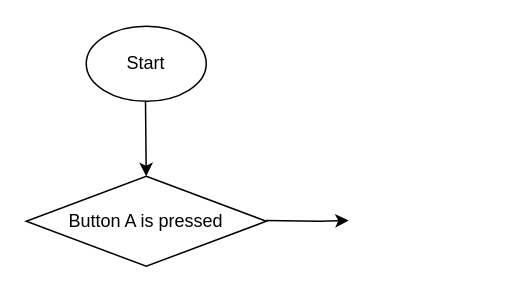
Before: Untitled Diagram.drawio in Keelielb918/github-slideshow, a draw.io diagram. Source tidied: cells renumbered, new cells numbered last; positions are measured from the earlier drawing's top-left corner, leaving out a move shared by most shapes. Both pictures are drawn from the tidied source at 150%, with x=0, y=0 at pixel (26, 26).
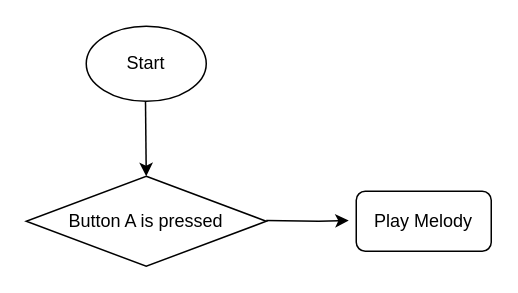
After the change.

Change to the diagram source:
```diff
@@
 <mxGraphModel>
   <root>
     <mxCell id="0" />
     <mxCell id="1" parent="0" />
     <mxCell id="2" value="Start" style="ellipse;whiteSpace=wrap;html=1;" parent="1" vertex="1">
       <mxGeometry x="40" width="80" height="50" as="geometry" />
     </mxCell>
     <mxCell id="3" style="endArrow=classic;html=1;rounded=0;" parent="1" edge="1">
       <mxGeometry relative="1" as="geometry">
         <mxPoint x="79.5" y="50" as="sourcePoint" />
         <mxPoint x="80" y="100" as="targetPoint" />
       </mxGeometry>
     </mxCell>
     <mxCell id="4" style="endArrow=classic;html=1;rounded=0;" parent="1" edge="1">
       <mxGeometry relative="1" as="geometry">
         <mxPoint x="160" y="129.5" as="sourcePoint" />
         <mxPoint x="215" y="129.5" as="targetPoint" />
         <Array as="points">
           <mxPoint x="195" y="130" />
         </Array>
       </mxGeometry>
     </mxCell>
     <mxCell id="5" value="Button A is pressed" style="rhombus;whiteSpace=wrap;html=1;" parent="1" vertex="1">
       <mxGeometry y="100" width="160" height="60" as="geometry" />
     </mxCell>
+    <mxCell id="6" value="Play Melody" style="rounded=1;whiteSpace=wrap;html=1;" parent="1" vertex="1">
+      <mxGeometry x="220" y="110" width="90" height="40" as="geometry" />
+    </mxCell>
   </root>
 </mxGraphModel>
```
